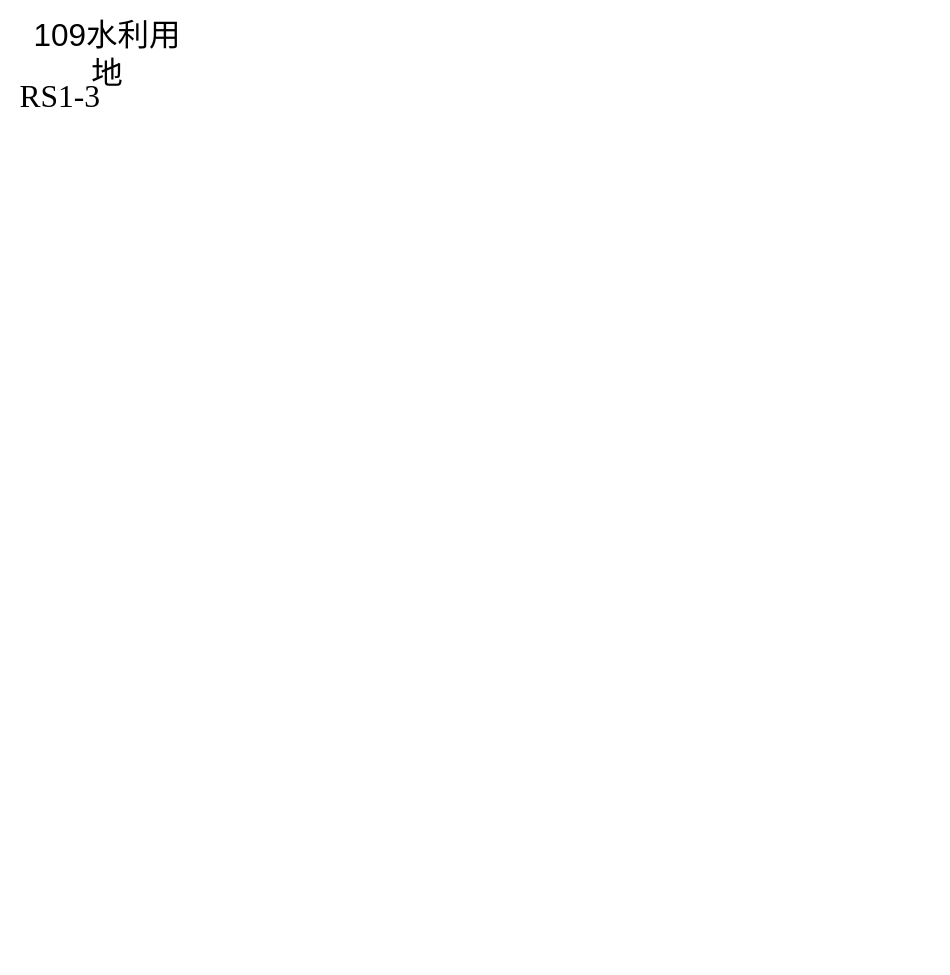
Peter0625/OPEN_PICTURE_SA keeps this draw.io diagram as page "RS1-3" (3 of 3) of Untitled Diagram.drawio. Above is the earlier version. Source tidied: cells renumbered, new cells numbered last; positions are measured from the earlier drawing's top-left corner, leaving out a move shared by most shapes. Both pictures are drawn from the tidied source at 105%, with x=0, y=0 at pixel (18, 43).
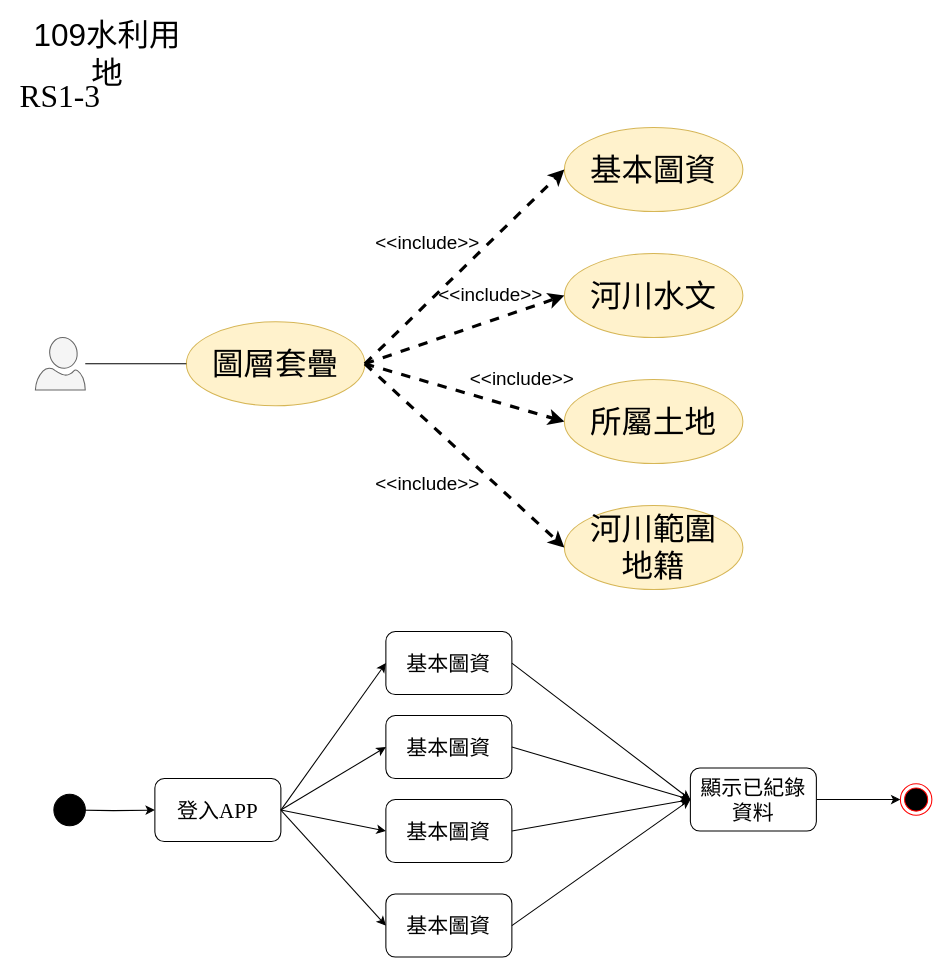
Above is the later version.

What changed in the source:
```diff
@@
+    <mxCell id="4" style="verticalLabelPosition=bottom;html=1;verticalAlign=top;align=center;strokeColor=#666666;shape=mxgraph.azure.user;fontFamily=標楷體;fontSize=30;fillColor=#f5f5f5;fontColor=#333333;" parent="1" vertex="1">
+      <mxGeometry x="16.2" y="280" width="47.5" height="50" as="geometry" />
+    </mxCell>
+    <mxCell id="5" value="圖層套疊" style="ellipse;whiteSpace=wrap;html=1;fillColor=#fff2cc;fontFamily=標楷體;fontSize=30;strokeColor=#d6b656;" parent="1" vertex="1">
+      <mxGeometry x="160" y="265" width="170" height="80" as="geometry" />
+    </mxCell>
+    <mxCell id="6" value="基本圖資" style="ellipse;whiteSpace=wrap;html=1;fillColor=#fff2cc;fontFamily=標楷體;fontSize=30;strokeColor=#d6b656;" parent="1" vertex="1">
+      <mxGeometry x="520" y="80" width="170" height="80" as="geometry" />
+    </mxCell>
+    <mxCell id="7" value="河川範圍&lt;br&gt;地籍" style="ellipse;whiteSpace=wrap;html=1;fillColor=#fff2cc;fontFamily=標楷體;fontSize=30;strokeColor=#d6b656;" parent="1" vertex="1">
+      <mxGeometry x="520" y="440" width="170" height="80" as="geometry" />
+    </mxCell>
+    <mxCell id="8" style="endArrow=none;html=1;fontFamily=標楷體;fontSize=30;entryX=0;entryY=0.5;entryDx=0;entryDy=0;" parent="1" edge="1" source="4" target="5">
+      <mxGeometry relative="1" as="geometry" />
+    </mxCell>
+    <mxCell id="9" style="endArrow=classic;html=1;fontFamily=標楷體;fontSize=30;exitX=1;exitY=0.5;exitDx=0;exitDy=0;entryX=0;entryY=0.5;entryDx=0;entryDy=0;dashed=1;strokeWidth=3;" parent="1" edge="1" source="5" target="6">
+      <mxGeometry relative="1" as="geometry" />
+    </mxCell>
+    <mxCell id="10" style="endArrow=classic;html=1;fontFamily=標楷體;fontSize=30;exitX=1;exitY=0.5;exitDx=0;exitDy=0;entryX=0;entryY=0.5;entryDx=0;entryDy=0;dashed=1;strokeWidth=3;" parent="1" edge="1" source="5" target="7">
+      <mxGeometry relative="1" as="geometry" />
+    </mxCell>
+    <mxCell id="11" value="&amp;lt;&amp;lt;include&amp;gt;&amp;gt;" style="text;html=1;strokeColor=none;fillColor=none;align=center;verticalAlign=middle;whiteSpace=wrap;rounded=0;fontFamily=標楷體;fontSize=18;" parent="1" vertex="1">
+      <mxGeometry x="340" y="180" width="100" height="20" as="geometry" />
+    </mxCell>
+    <mxCell id="12" value="&amp;lt;&amp;lt;include&amp;gt;&amp;gt;" style="text;html=1;strokeColor=none;fillColor=none;align=center;verticalAlign=middle;whiteSpace=wrap;rounded=0;fontFamily=標楷體;fontSize=18;" parent="1" vertex="1">
+      <mxGeometry x="340" y="410" width="100" height="20" as="geometry" />
+    </mxCell>
+    <mxCell id="13" value="所屬土地" style="ellipse;whiteSpace=wrap;html=1;fillColor=#fff2cc;fontFamily=標楷體;fontSize=30;strokeColor=#d6b656;" parent="1" vertex="1">
+      <mxGeometry x="520" y="320" width="170" height="80" as="geometry" />
+    </mxCell>
+    <mxCell id="14" value="河川水文" style="ellipse;whiteSpace=wrap;html=1;fillColor=#fff2cc;fontFamily=標楷體;fontSize=30;strokeColor=#d6b656;" parent="1" vertex="1">
+      <mxGeometry x="520" y="200" width="170" height="80" as="geometry" />
+    </mxCell>
+    <mxCell id="15" style="endArrow=classic;html=1;fontFamily=標楷體;fontSize=30;entryX=0;entryY=0.5;entryDx=0;entryDy=0;dashed=1;strokeWidth=3;exitX=1;exitY=0.5;exitDx=0;exitDy=0;" parent="1" edge="1" source="5" target="13">
+      <mxGeometry relative="1" as="geometry" />
+    </mxCell>
+    <mxCell id="16" style="endArrow=classic;html=1;fontFamily=標楷體;fontSize=30;entryX=0;entryY=0.5;entryDx=0;entryDy=0;dashed=1;strokeWidth=3;exitX=1;exitY=0.5;exitDx=0;exitDy=0;" parent="1" edge="1" source="5" target="14">
+      <mxGeometry relative="1" as="geometry" />
+    </mxCell>
+    <mxCell id="17" value="&amp;lt;&amp;lt;include&amp;gt;&amp;gt;" style="text;html=1;strokeColor=none;fillColor=none;align=center;verticalAlign=middle;whiteSpace=wrap;rounded=0;fontFamily=標楷體;fontSize=18;" parent="1" vertex="1">
+      <mxGeometry x="400" y="230" width="100" height="20" as="geometry" />
+    </mxCell>
+    <mxCell id="18" value="&amp;lt;&amp;lt;include&amp;gt;&amp;gt;" style="text;html=1;strokeColor=none;fillColor=none;align=center;verticalAlign=middle;whiteSpace=wrap;rounded=0;fontFamily=標楷體;fontSize=18;" parent="1" vertex="1">
+      <mxGeometry x="430" y="310" width="100" height="20" as="geometry" />
+    </mxCell>
+    <mxCell id="19" style="ellipse;html=1;shape=endState;fillColor=#000000;strokeColor=#ff0000;" parent="1" vertex="1">
+      <mxGeometry x="840" y="705" width="30" height="30" as="geometry" />
+    </mxCell>
+    <mxCell id="20" style="edgeStyle=orthogonalEdgeStyle;rounded=0;jettySize=auto;html=1;" parent="1" edge="1" target="22">
+      <mxGeometry relative="1" as="geometry">
+        <mxPoint x="50" y="730" as="sourcePoint" />
+      </mxGeometry>
+    </mxCell>
+    <mxCell id="21" style="ellipse;whiteSpace=wrap;html=1;fillColor=#000000;" parent="1" vertex="1">
+      <mxGeometry x="33.8" y="715" width="30" height="30" as="geometry" />
+    </mxCell>
+    <mxCell id="22" value="&lt;font style=&quot;font-size: 20px&quot; face=&quot;標楷體&quot;&gt;登入&lt;/font&gt;&lt;font style=&quot;font-size: 20px&quot; face=&quot;Times New Roman&quot;&gt;APP&lt;/font&gt;" style="rounded=1;whiteSpace=wrap;html=1;fillColor=#FFFFFF;" parent="1" vertex="1">
+      <mxGeometry x="130" y="700" width="120" height="60" as="geometry" />
+    </mxCell>
+    <mxCell id="23" value="&lt;font style=&quot;font-size: 20px&quot; face=&quot;標楷體&quot;&gt;基本圖資&lt;/font&gt;" style="rounded=1;whiteSpace=wrap;html=1;fillColor=#FFFFFF;" parent="1" vertex="1">
+      <mxGeometry x="350" y="560" width="120" height="60" as="geometry" />
+    </mxCell>
+    <mxCell id="24" style="edgeStyle=orthogonalEdgeStyle;rounded=0;jettySize=auto;html=1;" parent="1" edge="1" source="25" target="19">
+      <mxGeometry relative="1" as="geometry" />
+    </mxCell>
+    <mxCell id="25" value="&lt;span style=&quot;font-size: 20px&quot;&gt;顯示已紀錄資料&lt;/span&gt;" style="rounded=1;whiteSpace=wrap;html=1;fillColor=#FFFFFF;fontFamily=標楷體;" parent="1" vertex="1">
+      <mxGeometry x="640" y="690" width="120" height="60" as="geometry" />
+    </mxCell>
+    <mxCell id="26" value="&lt;font style=&quot;font-size: 20px&quot; face=&quot;標楷體&quot;&gt;基本圖資&lt;/font&gt;" style="rounded=1;whiteSpace=wrap;html=1;fillColor=#FFFFFF;" parent="1" vertex="1">
+      <mxGeometry x="350" y="640" width="120" height="60" as="geometry" />
+    </mxCell>
+    <mxCell id="27" value="&lt;font style=&quot;font-size: 20px&quot; face=&quot;標楷體&quot;&gt;基本圖資&lt;/font&gt;" style="rounded=1;whiteSpace=wrap;html=1;fillColor=#FFFFFF;" parent="1" vertex="1">
+      <mxGeometry x="350" y="720" width="120" height="60" as="geometry" />
+    </mxCell>
+    <mxCell id="28" value="&lt;font style=&quot;font-size: 20px&quot; face=&quot;標楷體&quot;&gt;基本圖資&lt;/font&gt;" style="rounded=1;whiteSpace=wrap;html=1;fillColor=#FFFFFF;" parent="1" vertex="1">
+      <mxGeometry x="350" y="810" width="120" height="60" as="geometry" />
+    </mxCell>
+    <mxCell id="29" style="endArrow=classic;html=1;entryX=0;entryY=0.5;entryDx=0;entryDy=0;exitX=1;exitY=0.5;exitDx=0;exitDy=0;" parent="1" edge="1" source="22" target="23">
+      <mxGeometry relative="1" as="geometry" />
+    </mxCell>
+    <mxCell id="30" style="endArrow=classic;html=1;entryX=0;entryY=0.5;entryDx=0;entryDy=0;exitX=1;exitY=0.5;exitDx=0;exitDy=0;" parent="1" edge="1" source="22" target="26">
+      <mxGeometry relative="1" as="geometry" />
+    </mxCell>
+    <mxCell id="31" style="endArrow=classic;html=1;entryX=0;entryY=0.5;entryDx=0;entryDy=0;exitX=1;exitY=0.5;exitDx=0;exitDy=0;" parent="1" edge="1" source="22" target="27">
+      <mxGeometry relative="1" as="geometry" />
+    </mxCell>
+    <mxCell id="32" style="endArrow=classic;html=1;entryX=0;entryY=0.5;entryDx=0;entryDy=0;exitX=1;exitY=0.5;exitDx=0;exitDy=0;" parent="1" edge="1" source="22" target="28">
+      <mxGeometry relative="1" as="geometry" />
+    </mxCell>
+    <mxCell id="33" style="endArrow=classic;html=1;entryX=0;entryY=0.5;entryDx=0;entryDy=0;exitX=1;exitY=0.5;exitDx=0;exitDy=0;" parent="1" edge="1" source="23" target="25">
+      <mxGeometry relative="1" as="geometry" />
+    </mxCell>
+    <mxCell id="34" style="endArrow=classic;html=1;exitX=1;exitY=0.5;exitDx=0;exitDy=0;entryX=0;entryY=0.5;entryDx=0;entryDy=0;" parent="1" edge="1" source="26" target="25">
+      <mxGeometry relative="1" as="geometry" />
+    </mxCell>
+    <mxCell id="35" style="endArrow=classic;html=1;entryX=0;entryY=0.5;entryDx=0;entryDy=0;exitX=1;exitY=0.5;exitDx=0;exitDy=0;" parent="1" edge="1" source="27" target="25">
+      <mxGeometry relative="1" as="geometry" />
+    </mxCell>
+    <mxCell id="36" style="endArrow=classic;html=1;entryX=0;entryY=0.5;entryDx=0;entryDy=0;exitX=1;exitY=0.5;exitDx=0;exitDy=0;" parent="1" edge="1" source="28" target="25">
+      <mxGeometry relative="1" as="geometry" />
+    </mxCell>
```
